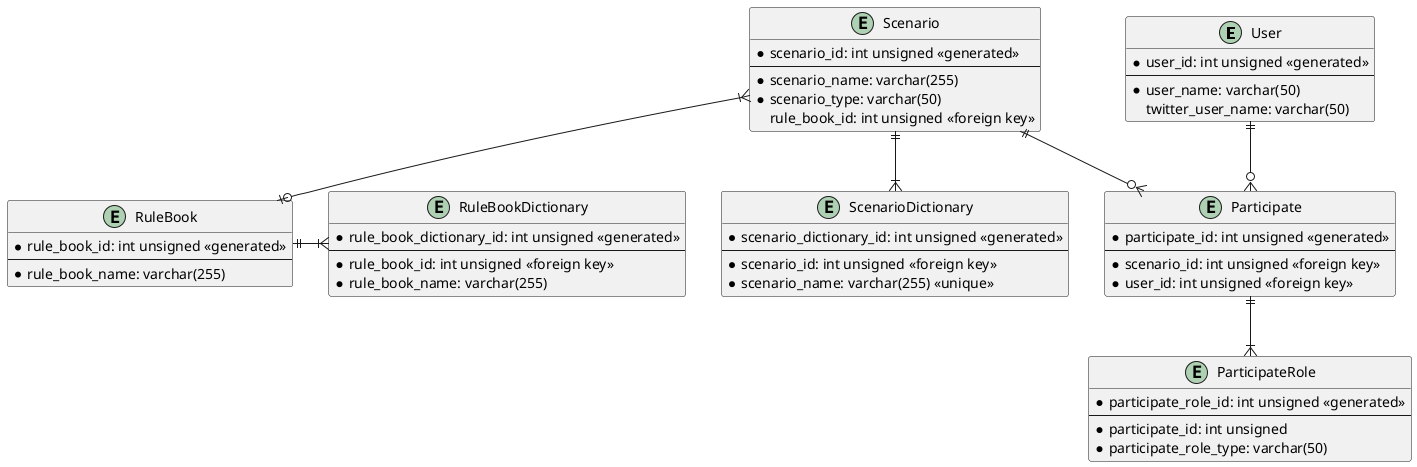
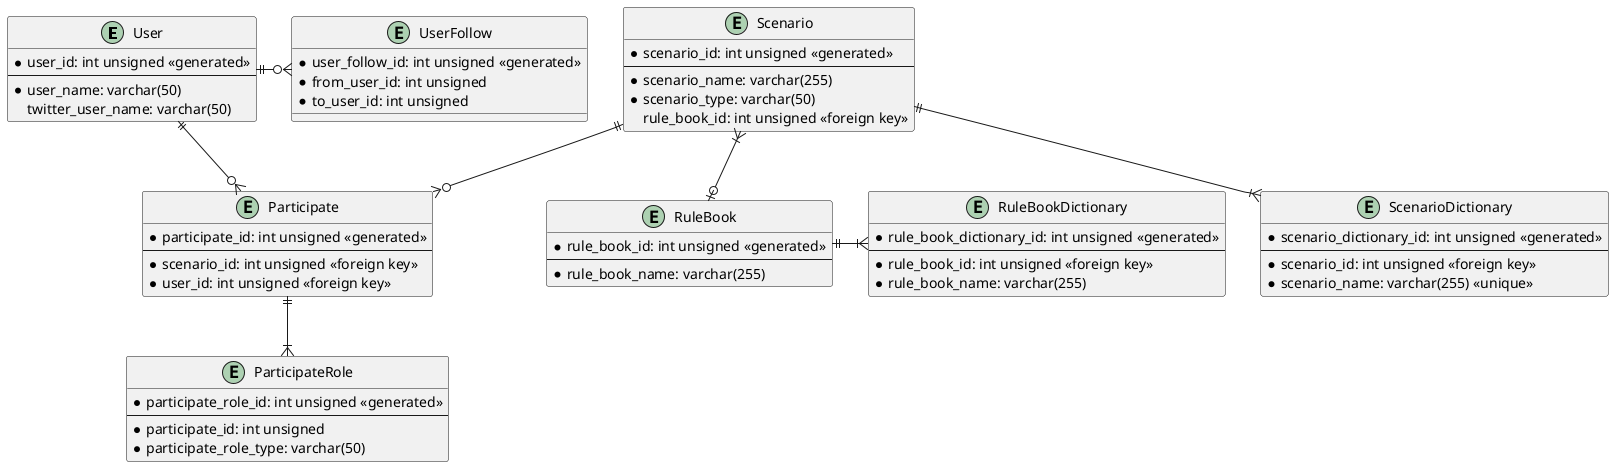
@startuml
'https://plantuml.com/class-diagram

entity User {
    * user_id: int unsigned <<generated>>
    --
    * user_name: varchar(50)
    twitter_user_name: varchar(50)
}
+ 
+ entity UserFollow {
+     * user_follow_id: int unsigned <<generated>>
+     * from_user_id: int unsigned
+     * to_user_id: int unsigned
+ }
+ 
+ User ||-o{ UserFollow

entity RuleBook {
    * rule_book_id: int unsigned <<generated>>
    --
    * rule_book_name: varchar(255)
}

entity RuleBookDictionary {
    * rule_book_dictionary_id: int unsigned <<generated>>
    --
    * rule_book_id: int unsigned <<foreign key>>
    * rule_book_name: varchar(255)
}

RuleBook ||-|{ RuleBookDictionary

entity Scenario {
    * scenario_id: int unsigned <<generated>>
    --
    * scenario_name: varchar(255)
    * scenario_type: varchar(50)
    rule_book_id: int unsigned <<foreign key>>
}

entity ScenarioDictionary {
    * scenario_dictionary_id: int unsigned <<generated>>
    --
    * scenario_id: int unsigned <<foreign key>>
    * scenario_name: varchar(255) <<unique>>
}

Scenario ||--|{ ScenarioDictionary
Scenario }|--o| RuleBook

entity Participate {
    * participate_id: int unsigned <<generated>>
    --
    * scenario_id: int unsigned <<foreign key>>
    * user_id: int unsigned <<foreign key>>
}

User ||--o{ Participate
Scenario ||--o{ Participate

entity ParticipateRole {
    * participate_role_id: int unsigned <<generated>>
    --
    * participate_id: int unsigned
    * participate_role_type: varchar(50)
}

Participate ||--|{ ParticipateRole

@enduml